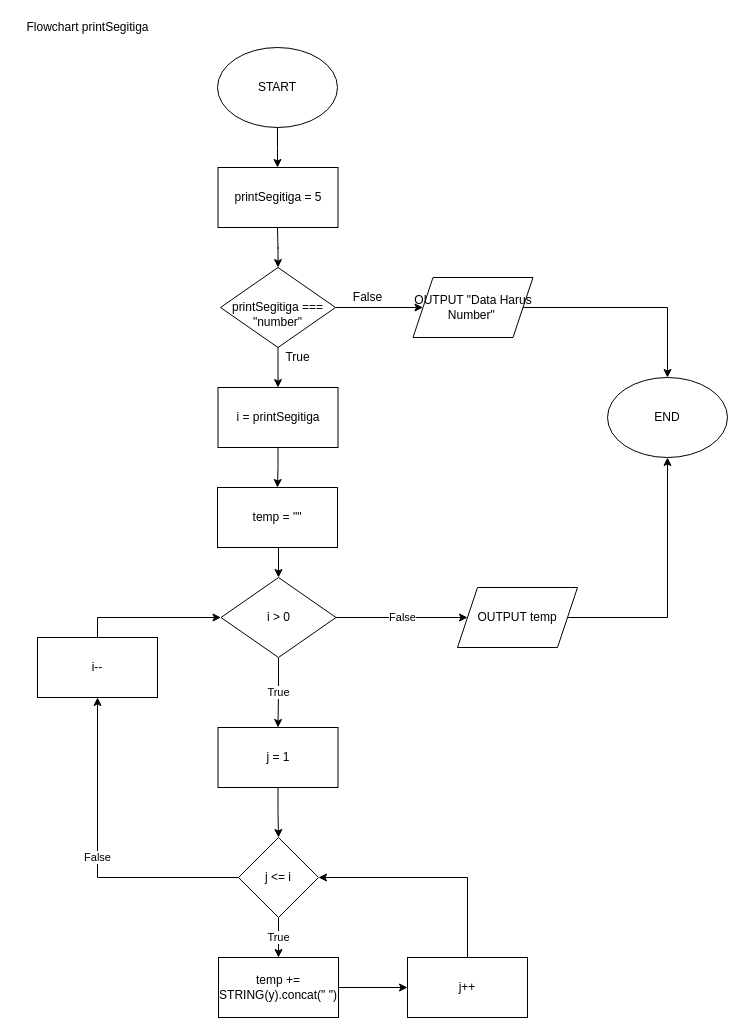
aviantofan/fw5-additional-flowchart keeps this draw.io diagram as printSegitiga.drawio. Above is the earlier version. Source tidied: cells renumbered, new cells numbered last; positions are measured from the earlier drawing's top-left corner, leaving out a move shared by most shapes. Both pictures are drawn from the tidied source at 100%, with x=0, y=0 at pixel (17, 17).
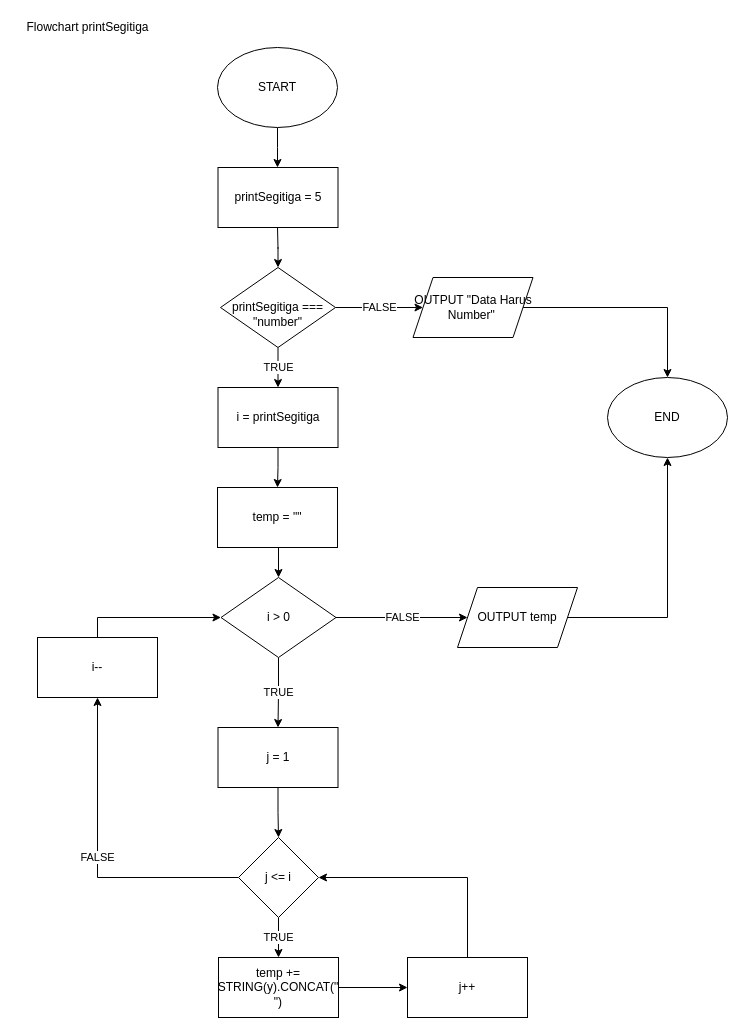
The same page after the edit.

Commit message (it also covers changes not shown here):
Give a little changes

The change refers to these unchanged cells:
```xml
<mxCell id="8" value="&lt;br&gt;printSegitiga === &quot;number&quot;" style="rhombus;whiteSpace=wrap;html=1;" parent="1" vertex="1">
  <mxGeometry x="203" y="250" width="115" height="80" as="geometry" />
</mxCell>
<mxCell id="10" value="i = printSegitiga" style="rounded=0;whiteSpace=wrap;html=1;" parent="1" vertex="1">
  <mxGeometry x="200.5" y="370" width="120" height="60" as="geometry" />
</mxCell>
<mxCell id="13" value="i &amp;gt; 0" style="rhombus;whiteSpace=wrap;html=1;" parent="1" vertex="1">
  <mxGeometry x="203.5" y="560" width="115" height="80" as="geometry" />
</mxCell>
<mxCell id="15" value="OUTPUT &quot;Data Harus Number&quot;&amp;nbsp;" style="shape=parallelogram;perimeter=parallelogramPerimeter;whiteSpace=wrap;html=1;fixedSize=1;" parent="1" vertex="1">
  <mxGeometry x="395.5" y="260" width="120" height="60" as="geometry" />
</mxCell>
<mxCell id="20" value="j = 1" style="rounded=0;whiteSpace=wrap;html=1;" parent="1" vertex="1">
  <mxGeometry x="200.5" y="710" width="120" height="60" as="geometry" />
</mxCell>
<mxCell id="23" value="j &amp;lt;= i" style="rhombus;whiteSpace=wrap;html=1;" parent="1" vertex="1">
  <mxGeometry x="221" y="820" width="80" height="80" as="geometry" />
</mxCell>
<mxCell id="29" value="i--" style="rounded=0;whiteSpace=wrap;html=1;" parent="1" vertex="1">
  <mxGeometry x="20" y="620" width="120" height="60" as="geometry" />
</mxCell>
<mxCell id="31" value="OUTPUT temp" style="shape=parallelogram;perimeter=parallelogramPerimeter;whiteSpace=wrap;html=1;fixedSize=1;" parent="1" vertex="1">
  <mxGeometry x="440" y="570" width="120" height="60" as="geometry" />
</mxCell>
```

What changed in the source:
```diff
@@
-    <mxCell id="6" style="edgeStyle=orthogonalEdgeStyle;rounded=0;jettySize=auto;html=1;exitX=0.5;exitY=1;exitDx=0;exitDy=0;" parent="1" edge="1" source="8" target="10">
+    <mxCell id="6" value="TRUE" style="edgeStyle=orthogonalEdgeStyle;rounded=0;jettySize=auto;html=1;exitX=0.5;exitY=1;exitDx=0;exitDy=0;" parent="1" edge="1" source="8" target="10">
       <mxGeometry relative="1" as="geometry" />
     </mxCell>
-    <mxCell id="7" style="edgeStyle=orthogonalEdgeStyle;rounded=0;jettySize=auto;html=1;" parent="1" edge="1" source="8" target="15">
+    <mxCell id="7" value="FALSE" style="edgeStyle=orthogonalEdgeStyle;rounded=0;jettySize=auto;html=1;" parent="1" edge="1" source="8" target="15">
       <mxGeometry relative="1" as="geometry" />
     </mxCell>
@@
-    <mxCell id="11" value="False" style="edgeStyle=orthogonalEdgeStyle;rounded=0;jettySize=auto;html=1;entryX=0;entryY=0.5;entryDx=0;entryDy=0;" parent="1" edge="1" source="13" target="31">
+    <mxCell id="11" value="FALSE" style="edgeStyle=orthogonalEdgeStyle;rounded=0;jettySize=auto;html=1;entryX=0;entryY=0.5;entryDx=0;entryDy=0;" parent="1" edge="1" source="13" target="31">
       <mxGeometry relative="1" as="geometry" />
     </mxCell>
-    <mxCell id="12" value="True" style="edgeStyle=orthogonalEdgeStyle;rounded=0;jettySize=auto;html=1;exitX=0.5;exitY=1;exitDx=0;exitDy=0;entryX=0.5;entryY=0;entryDx=0;entryDy=0;" parent="1" edge="1" source="13" target="20">
+    <mxCell id="12" value="TRUE" style="edgeStyle=orthogonalEdgeStyle;rounded=0;jettySize=auto;html=1;exitX=0.5;exitY=1;exitDx=0;exitDy=0;entryX=0.5;entryY=0;entryDx=0;entryDy=0;" parent="1" edge="1" source="13" target="20">
       <mxGeometry relative="1" as="geometry" />
     </mxCell>
@@
-    <mxCell id="16" value="True" style="text;html=1;align=center;verticalAlign=middle;strokeColor=none;fillColor=none;" parent="1" vertex="1">
-      <mxGeometry x="260" y="330" width="40" height="20" as="geometry" />
-    </mxCell>
-    <mxCell id="17" value="False" style="text;html=1;align=center;verticalAlign=middle;strokeColor=none;fillColor=none;" parent="1" vertex="1">
-      <mxGeometry x="330" y="270" width="40" height="20" as="geometry" />
-    </mxCell>
@@
-    <mxCell id="21" value="True" style="edgeStyle=orthogonalEdgeStyle;rounded=0;jettySize=auto;html=1;exitX=0.5;exitY=1;exitDx=0;exitDy=0;entryX=0.5;entryY=0;entryDx=0;entryDy=0;" parent="1" edge="1" source="23" target="25">
+    <mxCell id="21" value="TRUE" style="edgeStyle=orthogonalEdgeStyle;rounded=0;jettySize=auto;html=1;exitX=0.5;exitY=1;exitDx=0;exitDy=0;entryX=0.5;entryY=0;entryDx=0;entryDy=0;" parent="1" edge="1" source="23" target="25">
       <mxGeometry relative="1" as="geometry" />
     </mxCell>
-    <mxCell id="22" value="False" style="edgeStyle=orthogonalEdgeStyle;rounded=0;jettySize=auto;html=1;exitX=0;exitY=0.5;exitDx=0;exitDy=0;entryX=0.5;entryY=1;entryDx=0;entryDy=0;" parent="1" edge="1" source="23" target="29">
+    <mxCell id="22" value="FALSE" style="edgeStyle=orthogonalEdgeStyle;rounded=0;jettySize=auto;html=1;exitX=0;exitY=0.5;exitDx=0;exitDy=0;entryX=0.5;entryY=1;entryDx=0;entryDy=0;" parent="1" edge="1" source="23" target="29">
       <mxGeometry relative="1" as="geometry" />
     </mxCell>
@@
-    <mxCell id="25" value="temp += STRING(y).concat(&quot; &quot;)" style="rounded=0;whiteSpace=wrap;html=1;" parent="1" vertex="1">
+    <mxCell id="25" value="temp += STRING(y).CONCAT(&quot; &quot;)" style="rounded=0;whiteSpace=wrap;html=1;" parent="1" vertex="1">
       <mxGeometry x="201" y="940" width="120" height="60" as="geometry" />
     </mxCell>
```
